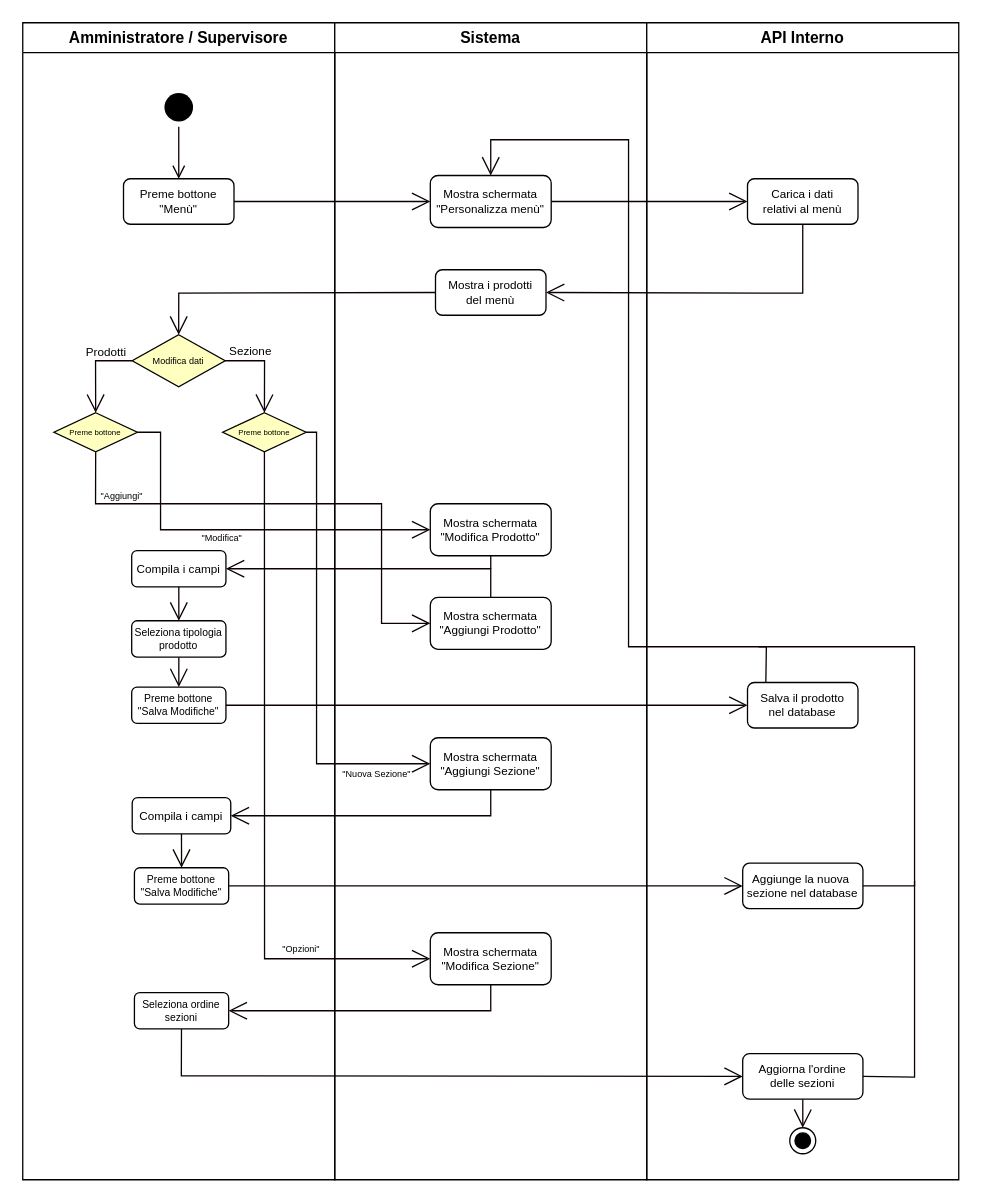
Above: Documentazione/Activity Diagram/drawio/Activity Diagram - Personalizza menù.drawio in vittorioruggiero/Progetto-IngSw (draw.io), before the change. Source tidied: cells renumbered, new cells numbered last; positions are measured from the earlier drawing's top-left corner, leaving out a move shared by most shapes. Both pictures are drawn from the tidied source at 130%, with x=0, y=0 at pixel (22, 22).
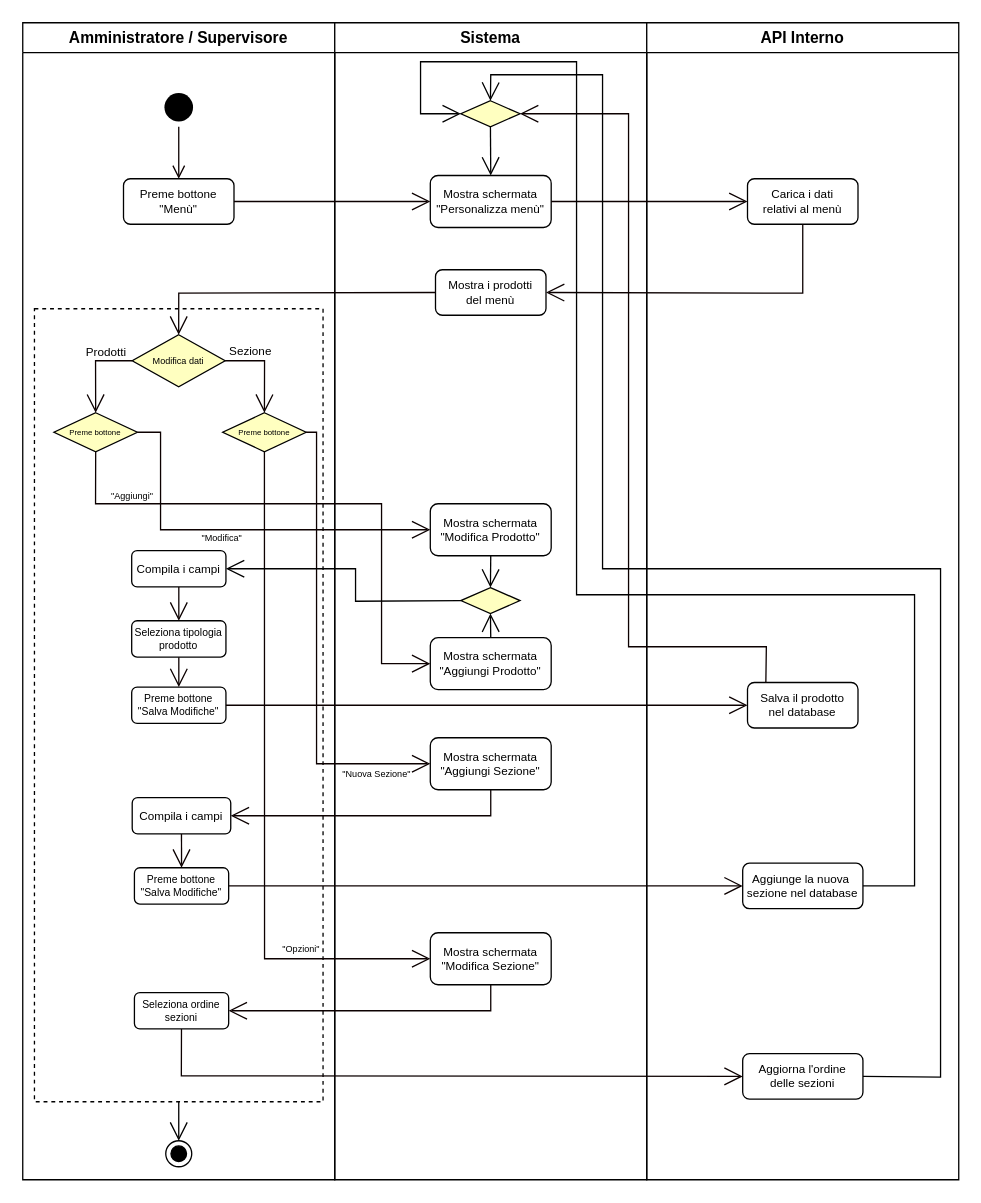
Above is the later version.

Unchanged cells that the change refers to:
```xml
<mxCell id="2" value="Amministratore / Supervisore" style="swimlane;whiteSpace=wrap;startSize=23;" parent="1" vertex="1">
  <mxGeometry width="240" height="890" as="geometry" />
</mxCell>
<mxCell id="9" value="&lt;p style=&quot;line-height: 120%;&quot;&gt;&lt;font style=&quot;font-size: 6px;&quot;&gt;Preme bottone&lt;/font&gt;&lt;/p&gt;" style="rhombus;whiteSpace=wrap;html=1;fillColor=#ffffc0;strokeColor=#000000;" parent="2" vertex="1">
  <mxGeometry x="24" y="300" width="64.2" height="30" as="geometry" />
</mxCell>
<mxCell id="13" value="Compila i campi" style="strokeColor=#000000;fontSize=9;rounded=1;" parent="2" vertex="1">
  <mxGeometry x="83.8" y="406" width="72.5" height="28" as="geometry" />
</mxCell>
<mxCell id="22" value="Sistema" style="swimlane;whiteSpace=wrap;" parent="1" vertex="1">
  <mxGeometry x="240" width="240" height="890" as="geometry" />
</mxCell>
<mxCell id="23" value="Mostra schermata&#10;&quot;Personalizza menù&quot;" style="strokeColor=#000000;fontSize=9;rounded=1;" parent="22" vertex="1">
  <mxGeometry x="73.5" y="117.5" width="93" height="40" as="geometry" />
</mxCell>
<mxCell id="26" value="Mostra schermata&#10;&quot;Modifica Prodotto&quot;" style="strokeColor=#000000;fontSize=9;rounded=1;" parent="22" vertex="1">
  <mxGeometry x="73.5" y="370" width="93" height="40" as="geometry" />
</mxCell>
<mxCell id="30" value="API Interno" style="swimlane;whiteSpace=wrap;" parent="1" vertex="1">
  <mxGeometry x="480" width="240" height="890" as="geometry" />
</mxCell>
<mxCell id="32" value="Salva il prodotto &#10;nel database" style="strokeColor=#000000;fontSize=9;rounded=1;" parent="30" vertex="1">
  <mxGeometry x="77.5" y="507.5" width="85" height="35" as="geometry" />
</mxCell>
<mxCell id="33" value="Aggiunge la nuova &#10;sezione nel database" style="strokeColor=#000000;fontSize=9;rounded=1;" parent="30" vertex="1">
  <mxGeometry x="73.8" y="646.5" width="92.5" height="35" as="geometry" />
</mxCell>
<mxCell id="35" value="Aggiorna l'ordine&#10;delle sezioni" style="strokeColor=#000000;fontSize=9;rounded=1;" parent="30" vertex="1">
  <mxGeometry x="73.8" y="793" width="92.5" height="35" as="geometry" />
</mxCell>
```

Diff of the diagram source:
```diff
@@
+    <mxCell id="58" style="rounded=0;whiteSpace=wrap;html=1;glass=0;shadow=0;dashed=1;fillColor=none;" parent="2" vertex="1">
+      <mxGeometry x="9" y="220" width="222" height="610" as="geometry" />
+    </mxCell>
+    <mxCell id="59" style="ellipse;html=1;shape=endState;fillColor=#000000;strokeColor=#000000;shadow=0;glass=0;sketch=0;" parent="2" vertex="1">
+      <mxGeometry x="110" y="860" width="20" height="20" as="geometry" />
+    </mxCell>
+    <mxCell id="60" style="endArrow=open;endFill=1;endSize=12;html=1;rounded=0;exitX=0.5;exitY=1;exitDx=0;exitDy=0;entryX=0.5;entryY=0;entryDx=0;entryDy=0;" parent="2" edge="1" source="58" target="59">
+      <mxGeometry relative="1" as="geometry" />
+    </mxCell>
@@
     <mxCell id="25" value="Mostra schermata&#10;&quot;Aggiungi Prodotto&quot;" style="strokeColor=#000000;fontSize=9;rounded=1;" parent="22" vertex="1">
-      <mxGeometry x="73.5" y="442" width="93" height="40" as="geometry" />
+      <mxGeometry x="73.5" y="473" width="93" height="40" as="geometry" />
     </mxCell>
@@
+    <mxCell id="61" value="&lt;p style=&quot;line-height: 120%;&quot;&gt;&lt;br&gt;&lt;/p&gt;" style="rhombus;whiteSpace=wrap;html=1;fillColor=#ffffc0;strokeColor=#000000;" parent="22" vertex="1">
+      <mxGeometry x="97" y="60" width="45.5" height="20" as="geometry" />
+    </mxCell>
+    <mxCell id="62" style="endArrow=open;endFill=1;endSize=12;html=1;rounded=0;exitX=0.5;exitY=1;exitDx=0;exitDy=0;entryX=0.5;entryY=0;entryDx=0;entryDy=0;" parent="22" edge="1" source="61" target="23">
+      <mxGeometry relative="1" as="geometry" />
+    </mxCell>
+    <mxCell id="63" value="&lt;p style=&quot;line-height: 120%;&quot;&gt;&lt;br&gt;&lt;/p&gt;" style="rhombus;whiteSpace=wrap;html=1;fillColor=#ffffc0;strokeColor=#000000;" parent="22" vertex="1">
+      <mxGeometry x="97" y="434.5" width="45.5" height="20" as="geometry" />
+    </mxCell>
+    <mxCell id="64" style="endArrow=open;endFill=1;endSize=12;html=1;rounded=0;exitX=0.5;exitY=0;exitDx=0;exitDy=0;entryX=0.5;entryY=1;entryDx=0;entryDy=0;" parent="22" edge="1" source="25" target="63">
+      <mxGeometry relative="1" as="geometry" />
+    </mxCell>
+    <mxCell id="65" style="endArrow=open;endFill=1;endSize=12;html=1;rounded=0;exitX=0.5;exitY=1;exitDx=0;exitDy=0;entryX=0.5;entryY=0;entryDx=0;entryDy=0;" parent="22" edge="1" source="26" target="63">
+      <mxGeometry relative="1" as="geometry" />
+    </mxCell>
@@
-    <mxCell id="34" style="endArrow=none;html=1;rounded=0;strokeColor=#0c0000;fontSize=7;exitX=1;exitY=0.5;exitDx=0;exitDy=0;" parent="30" edge="1" source="33">
-      <mxGeometry relative="1" as="geometry">
-        <mxPoint x="86" y="480" as="targetPoint" />
-        <Array as="points">
-          <mxPoint x="206" y="664" />
-          <mxPoint x="206" y="480" />
-        </Array>
-      </mxGeometry>
-    </mxCell>
@@
-    <mxCell id="36" style="endArrow=none;html=1;rounded=0;strokeColor=#0c0000;fontSize=7;exitX=1;exitY=0.5;exitDx=0;exitDy=0;" parent="30" edge="1" source="35">
-      <mxGeometry relative="1" as="geometry">
-        <mxPoint x="206" y="660" as="targetPoint" />
-        <Array as="points">
-          <mxPoint x="206" y="811" />
-        </Array>
-      </mxGeometry>
-    </mxCell>
-    <mxCell id="37" style="ellipse;html=1;shape=endState;fillColor=#000000;strokeColor=default;rounded=1;labelBackgroundColor=none;fontSize=7;" parent="30" vertex="1">
-      <mxGeometry x="110" y="850" width="20" height="20" as="geometry" />
-    </mxCell>
-    <mxCell id="38" style="endArrow=open;endFill=1;endSize=12;html=1;rounded=0;strokeColor=#0c0000;fontSize=7;exitX=0.5;exitY=1;exitDx=0;exitDy=0;entryX=0.5;entryY=0;entryDx=0;entryDy=0;" parent="30" edge="1" source="35" target="37">
-      <mxGeometry relative="1" as="geometry" />
-    </mxCell>
@@
     <mxCell id="45" style="endArrow=open;endFill=1;endSize=12;html=1;rounded=0;strokeColor=#0c0000;fontSize=6;exitX=0.5;exitY=1;exitDx=0;exitDy=0;entryX=0;entryY=0.5;entryDx=0;entryDy=0;" parent="1" edge="1" source="9" target="25">
       <mxGeometry relative="1" as="geometry">
         <Array as="points">
           <mxPoint x="56" y="370" />
           <mxPoint x="276" y="370" />
-          <mxPoint x="276" y="462" />
+          <mxPoint x="276" y="493" />
         </Array>
       </mxGeometry>
     </mxCell>
@@
-    <mxCell id="47" style="endArrow=open;endFill=1;endSize=12;html=1;rounded=0;strokeColor=#0c0000;fontSize=7;entryX=1;entryY=0.5;entryDx=0;entryDy=0;exitX=0.5;exitY=0;exitDx=0;exitDy=0;" parent="1" edge="1" source="25" target="13">
-      <mxGeometry relative="1" as="geometry">
-        <Array as="points">
-          <mxPoint x="360" y="420" />
-        </Array>
-      </mxGeometry>
-    </mxCell>
@@
-    <mxCell id="49" style="endArrow=open;endFill=1;endSize=12;html=1;rounded=0;strokeColor=#0c0000;fontSize=8;exitX=0.166;exitY=0.01;exitDx=0;exitDy=0;exitPerimeter=0;entryX=0.5;entryY=0;entryDx=0;entryDy=0;" parent="1" edge="1" source="32" target="23">
+    <mxCell id="49" style="endArrow=open;endFill=1;endSize=12;html=1;rounded=0;strokeColor=#0c0000;fontSize=8;exitX=0.166;exitY=0.01;exitDx=0;exitDy=0;exitPerimeter=0;entryX=1;entryY=0.5;entryDx=0;entryDy=0;" parent="1" edge="1" source="32" target="61">
       <mxGeometry relative="1" as="geometry">
         <Array as="points">
           <mxPoint x="572" y="480" />
           <mxPoint x="466" y="480" />
-          <mxPoint x="466" y="90" />
-          <mxPoint x="360" y="90" />
+          <mxPoint x="466" y="70" />
+          <mxPoint x="406" y="70" />
         </Array>
       </mxGeometry>
     </mxCell>
-    <mxCell id="50" style="endArrow=none;html=1;rounded=0;strokeColor=#0c0000;fontSize=7;entryX=0.5;entryY=1;entryDx=0;entryDy=0;" parent="1" edge="1" target="26">
-      <mxGeometry relative="1" as="geometry">
-        <mxPoint x="360" y="420" as="sourcePoint" />
-      </mxGeometry>
-    </mxCell>
@@
+    <mxCell id="66" style="endArrow=open;endFill=1;endSize=12;html=1;rounded=0;exitX=1;exitY=0.5;exitDx=0;exitDy=0;entryX=0.5;entryY=0;entryDx=0;entryDy=0;" parent="1" edge="1" source="35" target="61">
+      <mxGeometry relative="1" as="geometry">
+        <Array as="points">
+          <mxPoint x="706" y="811" />
+          <mxPoint x="706" y="420" />
+          <mxPoint x="446" y="420" />
+          <mxPoint x="446" y="40" />
+          <mxPoint x="360" y="40" />
+        </Array>
+      </mxGeometry>
+    </mxCell>
+    <mxCell id="67" style="endArrow=open;endFill=1;endSize=12;html=1;rounded=0;exitX=1;exitY=0.5;exitDx=0;exitDy=0;entryX=0;entryY=0.5;entryDx=0;entryDy=0;" parent="1" edge="1" source="33" target="61">
+      <mxGeometry relative="1" as="geometry">
+        <Array as="points">
+          <mxPoint x="686" y="664" />
+          <mxPoint x="686" y="440" />
+          <mxPoint x="426" y="440" />
+          <mxPoint x="426" y="30" />
+          <mxPoint x="306" y="30" />
+          <mxPoint x="306" y="70" />
+        </Array>
+      </mxGeometry>
+    </mxCell>
+    <mxCell id="68" style="endArrow=open;endFill=1;endSize=12;html=1;rounded=0;entryX=1;entryY=0.5;entryDx=0;entryDy=0;exitX=0;exitY=0.5;exitDx=0;exitDy=0;" parent="1" edge="1" source="63" target="13">
+      <mxGeometry relative="1" as="geometry">
+        <Array as="points">
+          <mxPoint x="256" y="445" />
+          <mxPoint x="256" y="420" />
+        </Array>
+      </mxGeometry>
+    </mxCell>
```
